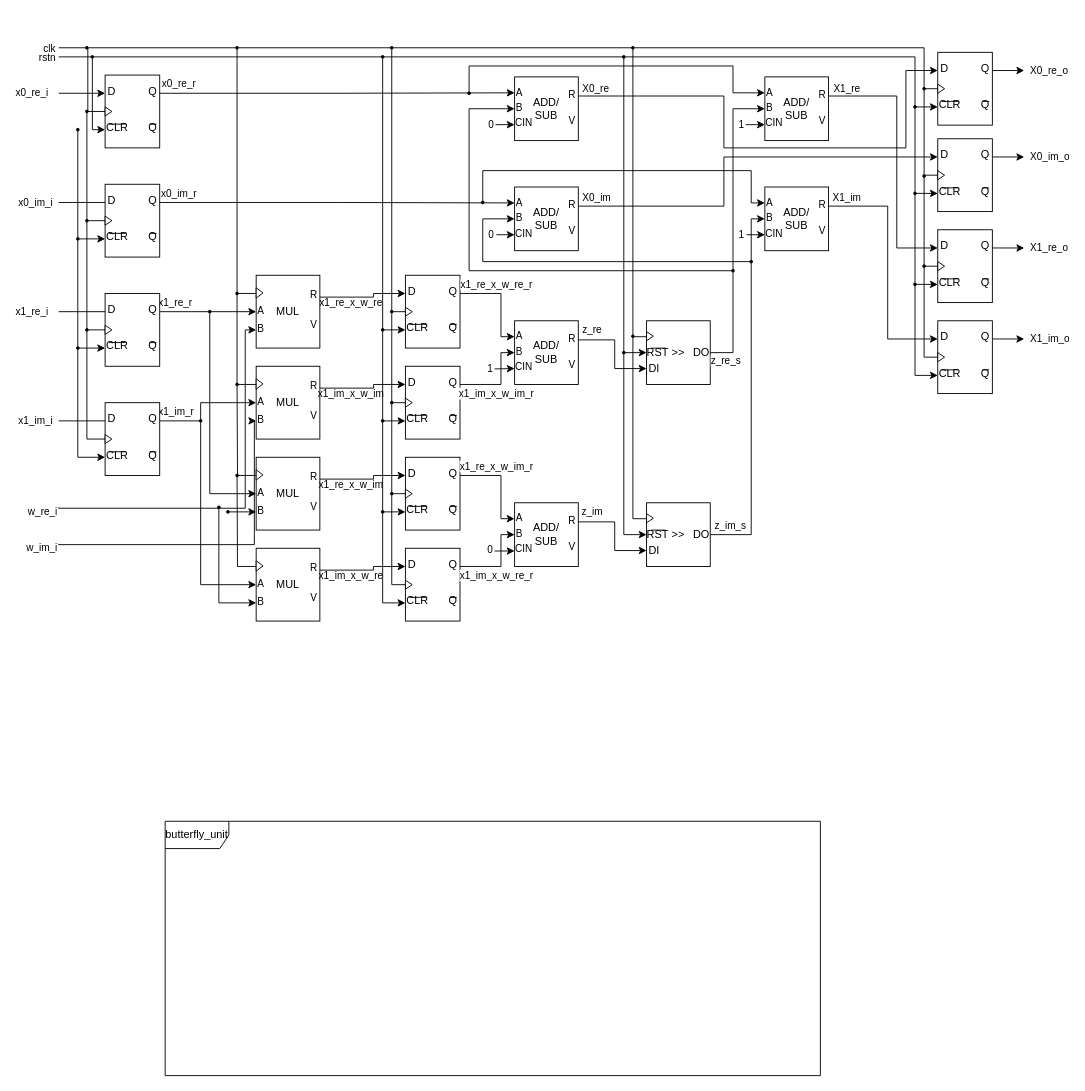
The draw.io diagram 01_doc/03_drawings/01_design/fft/butterfly_unit.drawio in Diogofernandes5/mthesis, before the edit. Source tidied: cells renumbered, new cells numbered last; positions are measured from the earlier drawing's top-left corner, leaving out a move shared by most shapes. Both pictures are drawn from the tidied source at 91%, with x=0, y=0 at pixel (58, 47).
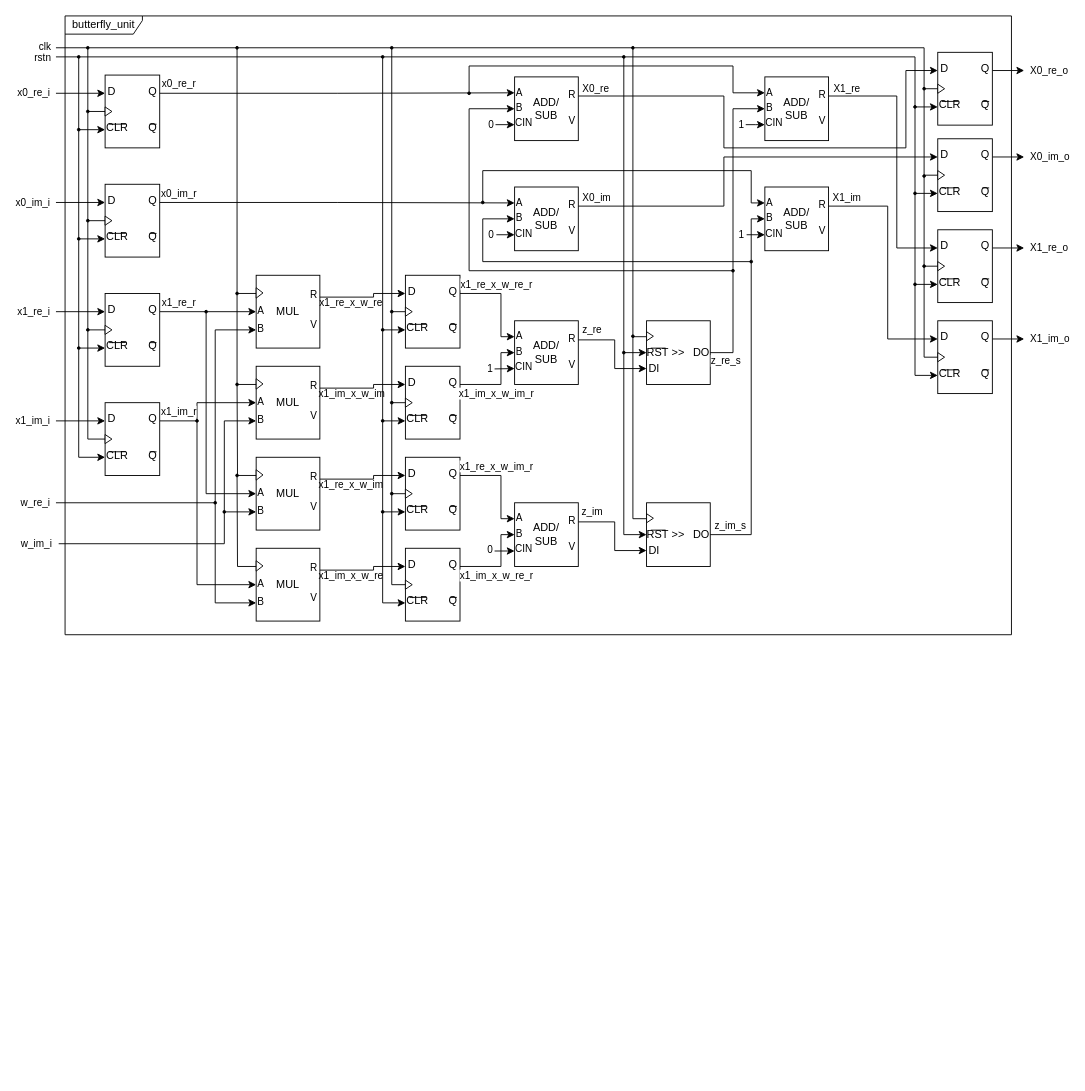
The same diagram, later.

Unchanged cells that the change refers to:
```xml
<mxCell id="27" value="&lt;font&gt;MUL&lt;/font&gt;" style="rounded=0;whiteSpace=wrap;html=1;points=[[0,0.25,0,0,0],[0,0.5,0,0,0],[0,0.75,0,0,0],[1,0.3,0,0,0],[1,0.7,0,0,0]];fontFamily=NewsGotT;" parent="26" vertex="1">
  <mxGeometry width="70" height="80" as="geometry" />
</mxCell>
<mxCell id="35" value="&lt;font&gt;MUL&lt;/font&gt;" style="rounded=0;whiteSpace=wrap;html=1;points=[[0,0.25,0,0,0],[0,0.5,0,0,0],[0,0.75,0,0,0],[1,0.3,0,0,0],[1,0.7,0,0,0]];fontFamily=NewsGotT;" parent="34" vertex="1">
  <mxGeometry width="70" height="80" as="geometry" />
</mxCell>
<mxCell id="44" value="&lt;font&gt;MUL&lt;/font&gt;" style="rounded=0;whiteSpace=wrap;html=1;points=[[0,0.25,0,0,0],[0,0.5,0,0,0],[0,0.75,0,0,0],[1,0.3,0,0,0],[1,0.7,0,0,0]];fontFamily=NewsGotT;" parent="43" vertex="1">
  <mxGeometry width="70" height="80" as="geometry" />
</mxCell>
<mxCell id="51" value="&lt;font&gt;MUL&lt;/font&gt;" style="rounded=0;whiteSpace=wrap;html=1;points=[[0,0.25,0,0,0],[0,0.5,0,0,0],[0,0.75,0,0,0],[1,0.3,0,0,0],[1,0.7,0,0,0]];fontFamily=NewsGotT;" parent="50" vertex="1">
  <mxGeometry width="70" height="80" as="geometry" />
</mxCell>
<mxCell id="66" style="whiteSpace=wrap;html=1;verticalAlign=bottom;" parent="65" vertex="1">
  <mxGeometry width="60" height="80" as="geometry" />
</mxCell>
<mxCell id="68" style="triangle;whiteSpace=wrap;html=1;fontFamily=NewsGotT;" parent="65" vertex="1">
  <mxGeometry y="35" width="7.5" height="10" as="geometry" />
</mxCell>
<mxCell id="75" style="whiteSpace=wrap;html=1;verticalAlign=bottom;" parent="74" vertex="1">
  <mxGeometry width="60" height="80" as="geometry" />
</mxCell>
<mxCell id="84" style="whiteSpace=wrap;html=1;verticalAlign=bottom;" parent="83" vertex="1">
  <mxGeometry width="60" height="80" as="geometry" />
</mxCell>
<mxCell id="93" style="whiteSpace=wrap;html=1;verticalAlign=bottom;" parent="92" vertex="1">
  <mxGeometry width="60" height="80" as="geometry" />
</mxCell>
<mxCell id="102" style="whiteSpace=wrap;html=1;verticalAlign=bottom;" parent="101" vertex="1">
  <mxGeometry width="60" height="80" as="geometry" />
</mxCell>
<mxCell id="111" style="whiteSpace=wrap;html=1;verticalAlign=bottom;" parent="110" vertex="1">
  <mxGeometry width="60" height="80" as="geometry" />
</mxCell>
```

Change to the diagram source:
```diff
@@
-    <mxCell id="2" value="butterfly_unit" style="shape=umlFrame;whiteSpace=wrap;html=1;rounded=1;shadow=0;comic=0;labelBackgroundColor=none;strokeWidth=1;fontFamily=NewsGotT;fontSize=12;align=center;width=70;height=30;" parent="1" vertex="1">
-      <mxGeometry x="117" y="850" width="720" height="279.5" as="geometry" />
+    <mxCell id="2" value="&lt;div align=&quot;center&quot;&gt;butterfly_unit&lt;/div&gt;" style="shape=umlFrame;whiteSpace=wrap;html=1;rounded=1;shadow=0;comic=0;labelBackgroundColor=none;strokeWidth=1;fontFamily=NewsGotT;fontSize=12;align=center;width=85;height=20;" parent="1" vertex="1">
+      <mxGeometry x="7" y="-35" width="1040" height="680" as="geometry" />
     </mxCell>
     <mxCell id="3" value="x1_re_r" style="edgeStyle=none;shape=connector;rounded=0;jettySize=auto;html=1;exitX=1;exitY=0.25;exitDx=0;exitDy=0;exitPerimeter=0;strokeColor=default;align=center;verticalAlign=middle;fontFamily=NewsGotT;fontSize=11;fontColor=default;labelBackgroundColor=default;startArrow=none;startFill=0;startSize=3;endArrow=classic;entryX=0;entryY=0.5;entryDx=0;entryDy=0;entryPerimeter=0;endFill=1;" parent="1" edge="1" target="27">
-      <mxGeometry x="-0.68" y="10" relative="1" as="geometry">
+      <mxGeometry x="-0.6" y="10" relative="1" as="geometry">
         <mxPoint x="111" y="290" as="sourcePoint" />
       </mxGeometry>
     </mxCell>
     <mxCell id="4" style="endArrow=none;html=1;rounded=0;endFill=0;fontFamily=NewsGotT;entryX=0;entryY=0.5;entryDx=0;entryDy=0;edgeStyle=orthogonalEdgeStyle;" parent="1" edge="1" target="68">
       <mxGeometry relative="1" as="geometry">
-        <mxPoint as="sourcePoint" />
+        <mxPoint x="-3" as="sourcePoint" />
         <Array as="points">
           <mxPoint x="32" />
           <mxPoint x="32" y="70" />
         </Array>
       </mxGeometry>
     </mxCell>
     <mxCell id="5" value="clk" style="edgeLabel;html=1;align=right;verticalAlign=middle;fontFamily=NewsGotT;labelBackgroundColor=none;" parent="4" vertex="1">
       <mxGeometry x="-0.24" y="1" relative="1" as="geometry">
-        <mxPoint x="-36" y="-14" as="offset" />
+        <mxPoint x="-41" y="-14" as="offset" />
       </mxGeometry>
     </mxCell>
     <mxCell id="6" style="endArrow=none;html=1;rounded=0;startArrow=oval;startFill=1;startSize=3;fontFamily=NewsGotT;entryX=0;entryY=0.25;entryDx=0;entryDy=0;entryPerimeter=0;edgeStyle=orthogonalEdgeStyle;" parent="1" edge="1" target="27">
       <mxGeometry relative="1" as="geometry">
-        <mxPoint x="31" as="sourcePoint" />
+        <mxPoint x="32" as="sourcePoint" />
         <Array as="points">
           <mxPoint x="196" />
           <mxPoint x="196" y="270" />
         </Array>
       </mxGeometry>
     </mxCell>
     <mxCell id="7" value="x0_re_i" style="endArrow=classic;html=1;rounded=0;align=right;entryX=0;entryY=0.25;entryDx=0;entryDy=0;fontFamily=NewsGotT;" parent="1" edge="1" target="66">
-      <mxGeometry x="-1" y="-10" relative="1" as="geometry">
-        <mxPoint y="50" as="sourcePoint" />
-        <mxPoint x="-10" y="-10" as="offset" />
+      <mxGeometry x="-1" y="-5" relative="1" as="geometry">
+        <mxPoint x="-3" y="50" as="sourcePoint" />
+        <mxPoint x="-5" y="-5" as="offset" />
       </mxGeometry>
     </mxCell>
-    <mxCell id="8" value="x0_im_i" style="endArrow=classic;html=1;rounded=0;entryX=0;entryY=0.25;entryDx=0;entryDy=0;align=right;fontFamily=NewsGotT;" parent="1" edge="1">
-      <mxGeometry x="-1" y="5" relative="1" as="geometry">
-        <mxPoint y="170" as="sourcePoint" />
-        <mxPoint x="80" y="170" as="targetPoint" />
-        <mxPoint x="-5" y="5" as="offset" />
+    <mxCell id="8" value="x0_im_i" style="endArrow=classic;html=1;rounded=0;entryX=0;entryY=0.25;entryDx=0;entryDy=0;align=right;fontFamily=NewsGotT;" parent="1" edge="1" target="75">
+      <mxGeometry x="-1" y="-5" relative="1" as="geometry">
+        <mxPoint x="-3" y="170" as="sourcePoint" />
+        <mxPoint x="-5" y="-5" as="offset" />
       </mxGeometry>
     </mxCell>
-    <mxCell id="9" value="x1_re_i" style="endArrow=classic;html=1;rounded=0;align=right;entryX=0;entryY=0.25;entryDx=0;entryDy=0;fontFamily=NewsGotT;" parent="1" edge="1">
-      <mxGeometry x="-1" y="-10" relative="1" as="geometry">
-        <mxPoint y="290" as="sourcePoint" />
-        <mxPoint x="80" y="290" as="targetPoint" />
-        <mxPoint x="-10" y="-10" as="offset" />
+    <mxCell id="9" value="x1_re_i" style="endArrow=classic;html=1;rounded=0;align=right;entryX=0;entryY=0.25;entryDx=0;entryDy=0;fontFamily=NewsGotT;" parent="1" edge="1" target="84">
+      <mxGeometry x="-1" y="-5" relative="1" as="geometry">
+        <mxPoint x="-3" y="290" as="sourcePoint" />
+        <mxPoint x="-5" y="-5" as="offset" />
       </mxGeometry>
     </mxCell>
-    <mxCell id="10" value="x1_im_i" style="endArrow=classic;html=1;rounded=0;entryX=0;entryY=0.25;entryDx=0;entryDy=0;align=right;fontFamily=NewsGotT;" parent="1" edge="1">
-      <mxGeometry x="-1" y="5" relative="1" as="geometry">
-        <mxPoint y="410" as="sourcePoint" />
-        <mxPoint x="80" y="410" as="targetPoint" />
-        <mxPoint x="-5" y="5" as="offset" />
+    <mxCell id="10" value="x1_im_i" style="endArrow=classic;html=1;rounded=0;entryX=0;entryY=0.25;entryDx=0;entryDy=0;align=right;fontFamily=NewsGotT;" parent="1" edge="1" target="93">
+      <mxGeometry x="-1" y="-5" relative="1" as="geometry">
+        <mxPoint x="-3" y="410" as="sourcePoint" />
+        <mxPoint x="-5" y="-5" as="offset" />
       </mxGeometry>
     </mxCell>
-    <mxCell id="11" style="endArrow=oval;html=1;rounded=0;exitX=0;exitY=0.5;exitDx=0;exitDy=0;endFill=1;startSize=3;endSize=3;" parent="1" edge="1">
+    <mxCell id="11" style="endArrow=oval;html=1;rounded=0;exitX=0;exitY=0.5;exitDx=0;exitDy=0;endFill=1;startSize=3;endSize=3;edgeStyle=orthogonalEdgeStyle;" parent="1" edge="1" source="75">
       <mxGeometry relative="1" as="geometry">
-        <mxPoint x="51" y="190" as="sourcePoint" />
-        <mxPoint x="31" y="70" as="targetPoint" />
+        <mxPoint x="32" y="70" as="targetPoint" />
         <Array as="points">
-          <mxPoint x="31" y="190" />
+          <mxPoint x="32" y="190" />
         </Array>
       </mxGeometry>
     </mxCell>
     <mxCell id="12" style="endArrow=oval;html=1;rounded=0;exitX=0;exitY=0.5;exitDx=0;exitDy=0;endFill=1;startSize=3;endSize=3;exitPerimeter=0;" parent="1" edge="1">
       <mxGeometry relative="1" as="geometry">
         <mxPoint x="51" y="310" as="sourcePoint" />
-        <mxPoint x="31" y="190" as="targetPoint" />
+        <mxPoint x="32" y="190" as="targetPoint" />
         <Array as="points">
-          <mxPoint x="31" y="310" />
+          <mxPoint x="32" y="310" />
         </Array>
       </mxGeometry>
     </mxCell>
     <mxCell id="13" style="endArrow=oval;html=1;rounded=0;exitX=0;exitY=0.5;exitDx=0;exitDy=0;endFill=1;startSize=3;endSize=3;" parent="1" edge="1">
       <mxGeometry relative="1" as="geometry">
         <mxPoint x="51" y="430" as="sourcePoint" />
-        <mxPoint x="31" y="310" as="targetPoint" />
+        <mxPoint x="32" y="310" as="targetPoint" />
         <Array as="points">
-          <mxPoint x="31" y="430" />
+          <mxPoint x="32" y="430" />
         </Array>
       </mxGeometry>
     </mxCell>
     <mxCell id="14" style="endArrow=classic;html=1;rounded=0;entryX=0;entryY=0.75;entryDx=0;entryDy=0;endFill=1;fontFamily=NewsGotT;edgeStyle=orthogonalEdgeStyle;" parent="1" edge="1" target="66">
       <mxGeometry relative="1" as="geometry">
-        <mxPoint y="10" as="sourcePoint" />
+        <mxPoint x="-3" y="10" as="sourcePoint" />
         <Array as="points">
-          <mxPoint x="37" y="10" />
-          <mxPoint x="37" y="90" />
+          <mxPoint x="22" y="10" />
+          <mxPoint x="22" y="90" />
         </Array>
       </mxGeometry>
     </mxCell>
     <mxCell id="15" value="rstn" style="edgeLabel;html=1;align=right;verticalAlign=middle;fontFamily=NewsGotT;labelBackgroundColor=none;" parent="14" vertex="1">
       <mxGeometry x="-0.24" y="1" relative="1" as="geometry">
-        <mxPoint x="-41" y="-13" as="offset" />
+        <mxPoint x="-31" y="-26" as="offset" />
       </mxGeometry>
     </mxCell>
-    <mxCell id="16" style="endArrow=oval;html=1;rounded=0;exitX=0;exitY=0.75;exitDx=0;exitDy=0;endFill=1;startSize=6;endSize=3;startArrow=classic;startFill=1;" parent="1" edge="1">
+    <mxCell id="16" style="endArrow=oval;html=1;rounded=0;exitX=0;exitY=0.75;exitDx=0;exitDy=0;endFill=1;startSize=6;endSize=3;startArrow=classic;startFill=1;edgeStyle=orthogonalEdgeStyle;" parent="1" edge="1" source="75">
       <mxGeometry relative="1" as="geometry">
-        <mxPoint x="51" y="210" as="sourcePoint" />
-        <mxPoint x="21" y="90" as="targetPoint" />
+        <mxPoint x="22" y="90" as="targetPoint" />
         <Array as="points">
-          <mxPoint x="21" y="210" />
+          <mxPoint x="22" y="210" />
         </Array>
       </mxGeometry>
     </mxCell>
-    <mxCell id="17" style="endArrow=oval;html=1;rounded=0;exitX=0;exitY=0.75;exitDx=0;exitDy=0;endFill=1;startSize=6;endSize=3;startArrow=classic;startFill=1;" parent="1" edge="1">
+    <mxCell id="17" style="endArrow=oval;html=1;rounded=0;exitX=0;exitY=0.75;exitDx=0;exitDy=0;endFill=1;startSize=6;endSize=3;startArrow=classic;startFill=1;edgeStyle=orthogonalEdgeStyle;" parent="1" edge="1" source="84">
       <mxGeometry relative="1" as="geometry">
-        <mxPoint x="51" y="330" as="sourcePoint" />
-        <mxPoint x="21" y="210" as="targetPoint" />
+        <mxPoint x="22" y="210" as="targetPoint" />
         <Array as="points">
-          <mxPoint x="21" y="330" />
+          <mxPoint x="22" y="330" />
         </Array>
       </mxGeometry>
     </mxCell>
-    <mxCell id="18" style="endArrow=oval;html=1;rounded=0;exitX=0;exitY=0.75;exitDx=0;exitDy=0;endFill=1;startSize=6;endSize=3;startArrow=classic;startFill=1;" parent="1" edge="1">
+    <mxCell id="18" style="endArrow=oval;html=1;rounded=0;exitX=0;exitY=0.75;exitDx=0;exitDy=0;endFill=1;startSize=6;endSize=3;startArrow=classic;startFill=1;edgeStyle=orthogonalEdgeStyle;" parent="1" edge="1">
       <mxGeometry relative="1" as="geometry">
         <mxPoint x="51" y="450" as="sourcePoint" />
-        <mxPoint x="21" y="330" as="targetPoint" />
+        <mxPoint x="22" y="330" as="targetPoint" />
         <Array as="points">
-          <mxPoint x="21" y="450" />
+          <mxPoint x="22" y="450" />
+          <mxPoint x="22" y="330" />
         </Array>
       </mxGeometry>
     </mxCell>
@@
     <mxCell id="33" value="w_re_i" style="endArrow=classic;html=1;rounded=0;align=right;fontFamily=NewsGotT;entryX=0;entryY=0.75;entryDx=0;entryDy=0;entryPerimeter=0;edgeStyle=orthogonalEdgeStyle;" parent="1" edge="1" target="27">
       <mxGeometry x="-1" y="5" relative="1" as="geometry">
-        <mxPoint y="505" as="sourcePoint" />
+        <mxPoint x="-3" y="500" as="sourcePoint" />
         <Array as="points">
-          <mxPoint y="506" />
-          <mxPoint x="205" y="506" />
-          <mxPoint x="205" y="310" />
+          <mxPoint x="172" y="500" />
+          <mxPoint x="172" y="310" />
         </Array>
         <mxPoint x="-5" y="5" as="offset" />
       </mxGeometry>
     </mxCell>
@@
     <mxCell id="42" value="w_im_i" style="endArrow=classic;html=1;rounded=0;align=right;fontFamily=NewsGotT;entryX=0;entryY=0.75;entryDx=0;entryDy=0;entryPerimeter=0;edgeStyle=orthogonalEdgeStyle;" parent="1" edge="1" target="35">
-      <mxGeometry x="-1" y="5" relative="1" as="geometry">
+      <mxGeometry x="-0.99" y="-8" relative="1" as="geometry">
         <mxPoint y="545" as="sourcePoint" />
         <Array as="points">
-          <mxPoint x="215" y="546" />
-          <mxPoint x="215" y="410" />
+          <mxPoint x="182" y="545" />
+          <mxPoint x="182" y="410" />
         </Array>
-        <mxPoint x="-5" y="5" as="offset" />
+        <mxPoint x="-8" y="-8" as="offset" />
       </mxGeometry>
     </mxCell>
@@
     <mxCell id="59" style="endArrow=classic;html=1;rounded=0;strokeColor=default;align=center;verticalAlign=middle;fontFamily=Helvetica;fontSize=11;fontColor=default;labelBackgroundColor=default;edgeStyle=orthogonalEdgeStyle;startSize=3;entryX=0;entryY=0.75;entryDx=0;entryDy=0;entryPerimeter=0;endFill=1;startArrow=oval;startFill=1;" parent="1" edge="1" target="51">
       <mxGeometry relative="1" as="geometry">
-        <mxPoint x="176" y="505" as="sourcePoint" />
+        <mxPoint x="172" y="500" as="sourcePoint" />
         <Array as="points">
-          <mxPoint x="176" y="505" />
-          <mxPoint x="176" y="610" />
+          <mxPoint x="172" y="500" />
+          <mxPoint x="172" y="610" />
         </Array>
       </mxGeometry>
     </mxCell>
     <mxCell id="60" style="endArrow=classic;html=1;rounded=0;strokeColor=default;align=center;verticalAlign=middle;fontFamily=Helvetica;fontSize=11;fontColor=default;labelBackgroundColor=default;edgeStyle=none;startSize=3;entryX=0;entryY=0.75;entryDx=0;entryDy=0;entryPerimeter=0;endFill=1;startArrow=oval;startFill=1;" parent="1" edge="1" target="44">
       <mxGeometry relative="1" as="geometry">
-        <mxPoint x="186" y="510" as="sourcePoint" />
+        <mxPoint x="182" y="510" as="sourcePoint" />
       </mxGeometry>
     </mxCell>
     <mxCell id="61" value="x1_im_r" style="edgeStyle=orthogonalEdgeStyle;shape=connector;rounded=0;jettySize=auto;html=1;exitX=1;exitY=0.25;exitDx=0;exitDy=0;entryX=0;entryY=0.5;entryDx=0;entryDy=0;entryPerimeter=0;strokeColor=default;align=center;verticalAlign=middle;fontFamily=NewsGotT;fontSize=11;fontColor=default;labelBackgroundColor=default;startArrow=none;startFill=0;startSize=3;endArrow=classic;endFill=1;" parent="1" edge="1" target="35">
-      <mxGeometry x="-0.71" y="10" relative="1" as="geometry">
+      <mxGeometry x="-0.67" y="10" relative="1" as="geometry">
         <mxPoint x="111" y="410" as="sourcePoint" />
         <Array as="points">
-          <mxPoint x="156" y="410" />
-          <mxPoint x="156" y="390" />
+          <mxPoint x="152" y="410" />
+          <mxPoint x="152" y="390" />
         </Array>
       </mxGeometry>
     </mxCell>
     <mxCell id="62" style="endArrow=classic;html=1;rounded=0;strokeColor=default;align=center;verticalAlign=middle;fontFamily=Helvetica;fontSize=11;fontColor=default;labelBackgroundColor=default;edgeStyle=orthogonalEdgeStyle;startSize=3;entryX=0;entryY=0.5;entryDx=0;entryDy=0;entryPerimeter=0;endFill=1;startArrow=oval;startFill=1;" parent="1" edge="1" target="44">
       <mxGeometry relative="1" as="geometry">
-        <mxPoint x="166" y="290" as="sourcePoint" />
+        <mxPoint x="162" y="290" as="sourcePoint" />
         <Array as="points">
-          <mxPoint x="166" y="290" />
-          <mxPoint x="166" y="490" />
+          <mxPoint x="162" y="290" />
+          <mxPoint x="162" y="490" />
         </Array>
       </mxGeometry>
     </mxCell>
     <mxCell id="63" style="endArrow=classic;html=1;rounded=0;strokeColor=default;align=center;verticalAlign=middle;fontFamily=Helvetica;fontSize=11;fontColor=default;labelBackgroundColor=default;edgeStyle=orthogonalEdgeStyle;startSize=3;entryX=0;entryY=0.5;entryDx=0;entryDy=0;entryPerimeter=0;endFill=1;startArrow=oval;startFill=1;" parent="1" edge="1" target="51">
       <mxGeometry relative="1" as="geometry">
-        <mxPoint x="156" y="410" as="sourcePoint" />
+        <mxPoint x="152" y="410" as="sourcePoint" />
         <Array as="points">
-          <mxPoint x="156" y="410" />
-          <mxPoint x="156" y="590" />
+          <mxPoint x="152" y="410" />
+          <mxPoint x="152" y="590" />
         </Array>
       </mxGeometry>
     </mxCell>
@@
     <mxCell id="140" style="endArrow=classic;html=1;rounded=0;strokeColor=default;align=center;verticalAlign=middle;fontFamily=Helvetica;fontSize=11;fontColor=default;labelBackgroundColor=default;edgeStyle=orthogonalEdgeStyle;startSize=3;entryX=0;entryY=0.75;entryDx=0;entryDy=0;startArrow=oval;startFill=1;" parent="1" edge="1" target="102">
       <mxGeometry relative="1" as="geometry">
-        <mxPoint x="37" y="10" as="sourcePoint" />
+        <mxPoint x="22" y="10" as="sourcePoint" />
         <Array as="points">
           <mxPoint x="356" y="10" />
           <mxPoint x="356" y="310" />
         </Array>
       </mxGeometry>
     </mxCell>
@@
     <mxCell id="145" value="x1_im_x_w_im" style="edgeStyle=orthogonalEdgeStyle;shape=connector;rounded=0;jettySize=auto;html=1;exitX=1;exitY=0.3;exitDx=0;exitDy=0;exitPerimeter=0;entryX=0;entryY=0.25;entryDx=0;entryDy=0;strokeColor=default;align=center;verticalAlign=middle;fontFamily=NewsGotT;fontSize=11;fontColor=default;labelBackgroundColor=none;startArrow=none;startFill=0;startSize=3;endArrow=classic;endFill=1;" parent="1" edge="1" source="35" target="111">
-      <mxGeometry x="-0.31" y="-6" relative="1" as="geometry">
+      <mxGeometry x="-0.29" y="-6" relative="1" as="geometry">
         <Array as="points">
           <mxPoint x="346" y="374" />
           <mxPoint x="346" y="370" />
         </Array>
       </mxGeometry>
     </mxCell>
```
